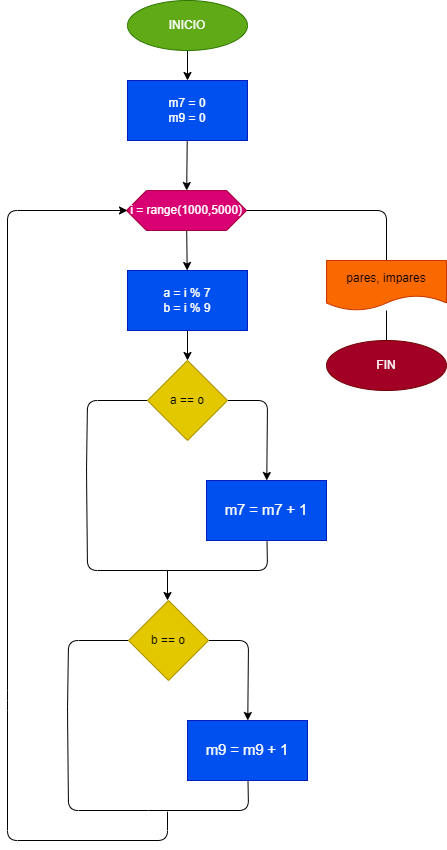
The draw.io diagram diagrama2.png in JFEstevezC/Ejercicio2_For2, before a commit. Source tidied: cells renumbered, new cells last; positions are measured from the earlier drawing's top-left corner, leaving out a move shared by most shapes.
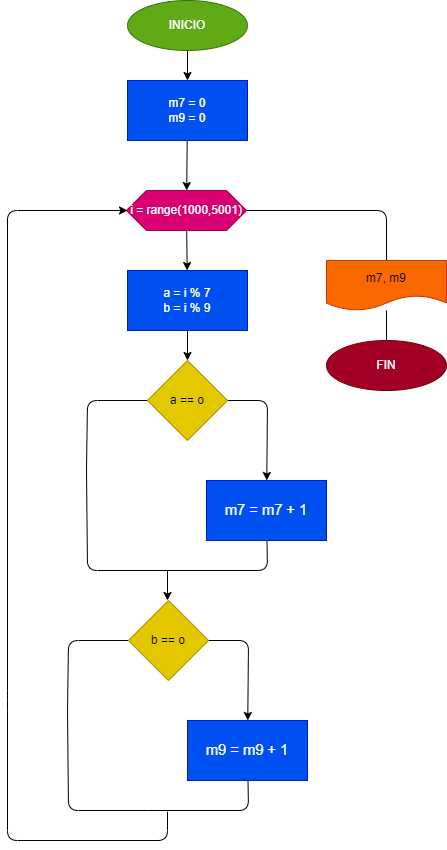
Later version of the same file.

Diff of the diagram source:
```diff
@@ -24,7 +24,7 @@
     <mxCell id="7" style="edgeStyle=none;html=1;" parent="1" edge="1" source="8" target="10">
       <mxGeometry relative="1" as="geometry" />
     </mxCell>
-    <mxCell id="8" value="i = range(1000,5000)" style="shape=hexagon;perimeter=hexagonPerimeter2;whiteSpace=wrap;html=1;fixedSize=1;fillColor=#d80073;fontColor=#ffffff;strokeColor=#A50040;" parent="1" vertex="1">
+    <mxCell id="8" value="i = range(1000,5001)" style="shape=hexagon;perimeter=hexagonPerimeter2;whiteSpace=wrap;html=1;fixedSize=1;fillColor=#d80073;fontColor=#ffffff;strokeColor=#A50040;" parent="1" vertex="1">
       <mxGeometry x="119" y="190" width="120" height="40" as="geometry" />
     </mxCell>
     <mxCell id="9" style="edgeStyle=none;html=1;" parent="1" edge="1" source="10" target="13">
@@ -79,7 +79,7 @@
     <mxCell id="17" style="edgeStyle=none;html=1;fontColor=#FFFFFF;endArrow=none;endFill=0;" parent="1" edge="1" source="18" target="19">
       <mxGeometry relative="1" as="geometry" />
     </mxCell>
-    <mxCell id="18" value="pares, impares" style="shape=document;whiteSpace=wrap;html=1;boundedLbl=1;fillColor=#fa6800;fontColor=#000000;strokeColor=#C73500;" parent="1" vertex="1">
+    <mxCell id="18" value="m7, m9" style="shape=document;whiteSpace=wrap;html=1;boundedLbl=1;fillColor=#fa6800;fontColor=#000000;strokeColor=#C73500;" parent="1" vertex="1">
       <mxGeometry x="319" y="260" width="120" height="50" as="geometry" />
     </mxCell>
     <mxCell id="19" value="FIN" style="ellipse;whiteSpace=wrap;html=1;fontColor=#ffffff;fillColor=#a20025;strokeColor=#6F0000;" parent="1" vertex="1">
```
